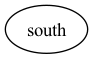
This is pictures/tree.png from linusheck/molehill, a Graphviz export, as it was before one commit. Its source is kept beside it as pictures/tree.dot.
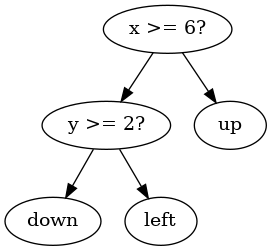
After the change.

Change to the diagram source:
```diff
@@ -1,3 +1,11 @@
 digraph tree {
-    "0x0" [label="south"];
+    "0x0" [label="x >= 6?"];
+    "0x1" [label="y >= 2?"];
+    "0x2" [label="down"];
+    "0x3" [label="left"];
+    "0x4" [label="up"];
+    "0x0" -> "0x1";
+    "0x0" -> "0x4";
+    "0x1" -> "0x2";
+    "0x1" -> "0x3";
 }
```
